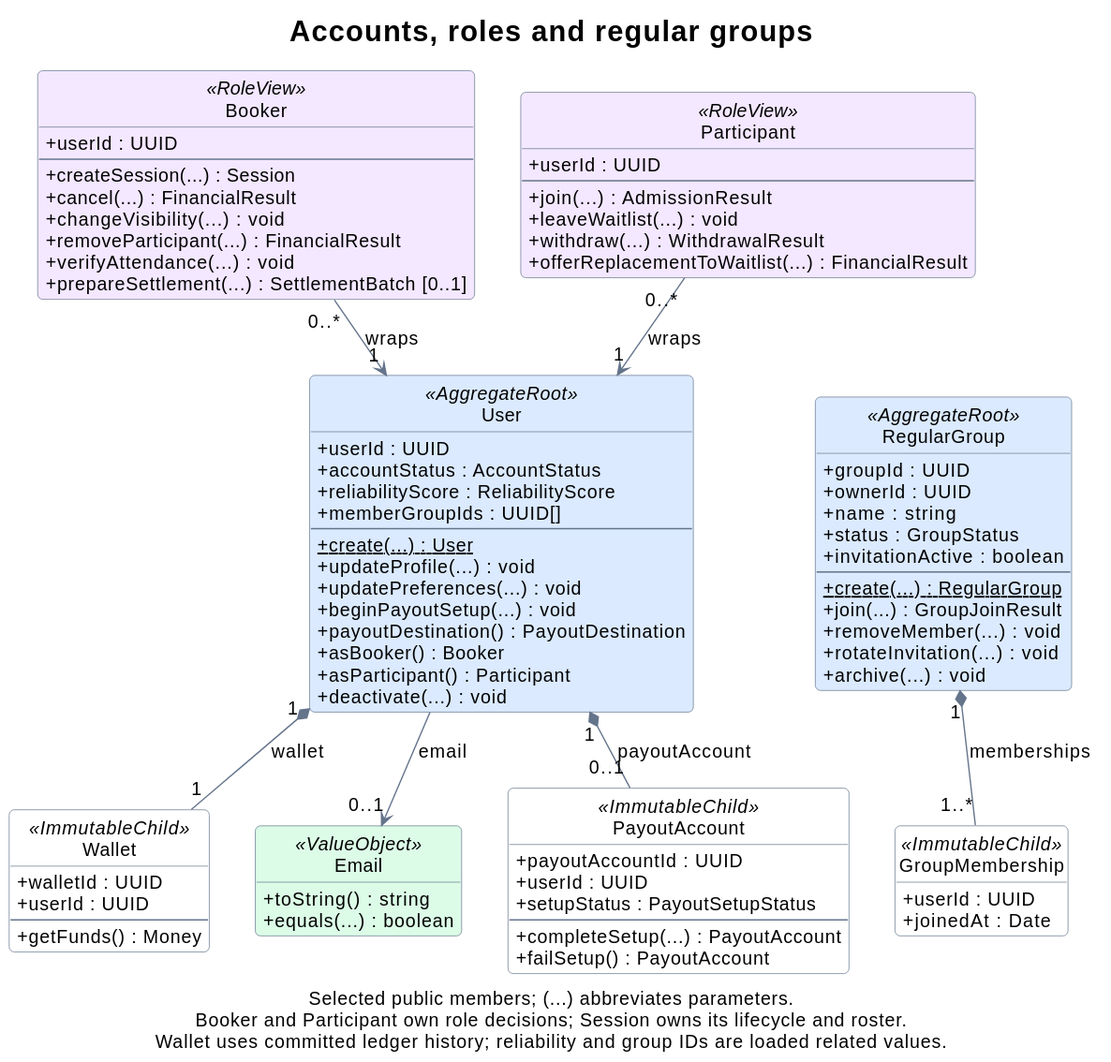
rbrishi15/booking-web-manager keeps this PlantUML diagram as docs/assets/domain-accounts.svg. Above is the earlier version.
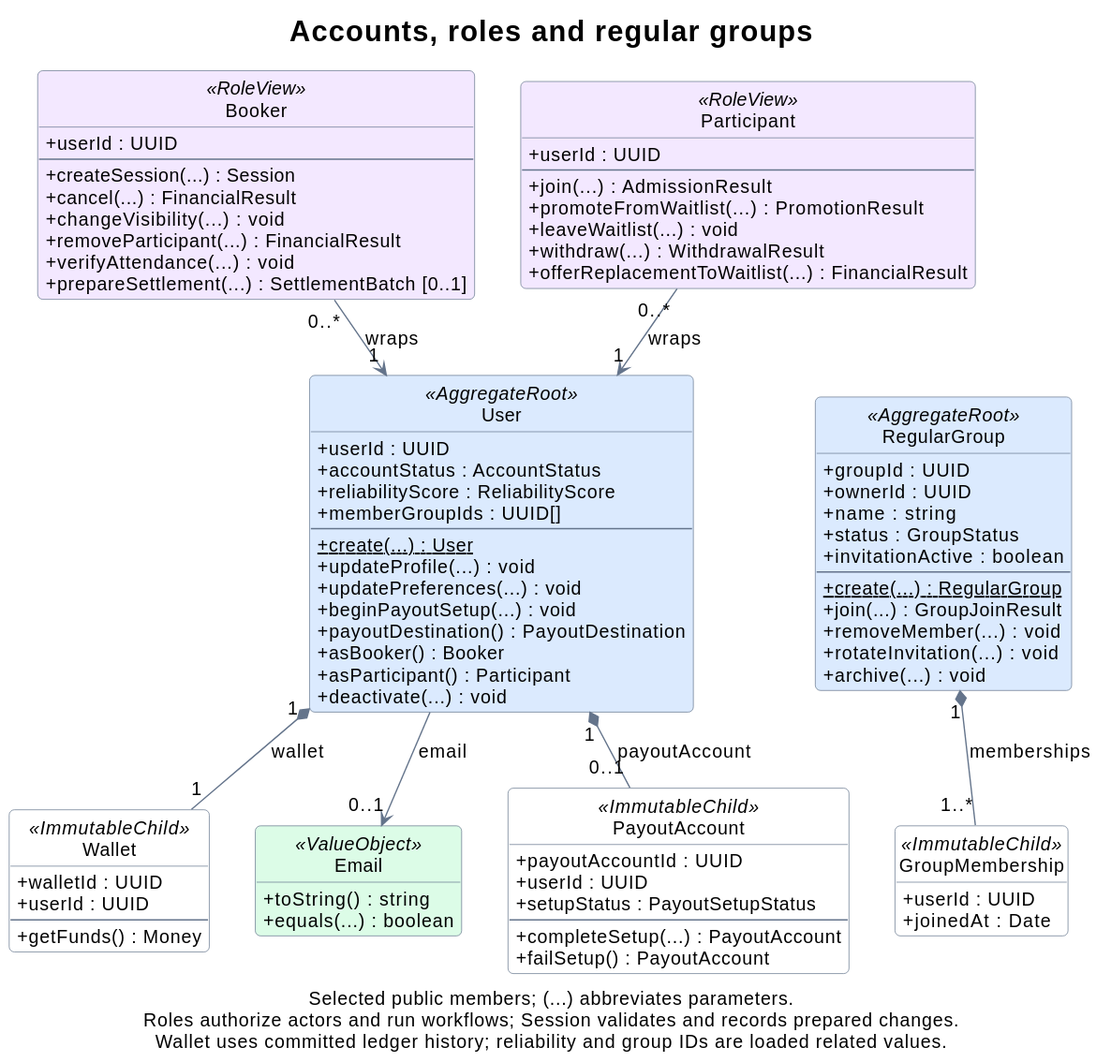
The same diagram one commit later.

What changed in the source:
```diff
@@ -36,6 +36,7 @@
   +userId : UUID
   --
   +join(...) : AdmissionResult
+  +promoteFromWaitlist(...) : PromotionResult
   +leaveWaitlist(...) : void
   +withdraw(...) : WithdrawalResult
   +offerReplacementToWaitlist(...) : FinancialResult
@@ -108,5 +109,5 @@
 Wallet -[hidden]right- Email
 Email -[hidden]right- PayoutAccount
 
-caption Selected public members; (...) abbreviates parameters.\nBooker and Participant own role decisions; Session owns its lifecycle and roster.\nWallet uses committed ledger history; reliability and group IDs are loaded related values.
+caption Selected public members; (...) abbreviates parameters.\nRoles authorize actors and run workflows; Session validates and records prepared changes.\nWallet uses committed ledger history; reliability and group IDs are loaded related values.
 @enduml
```
